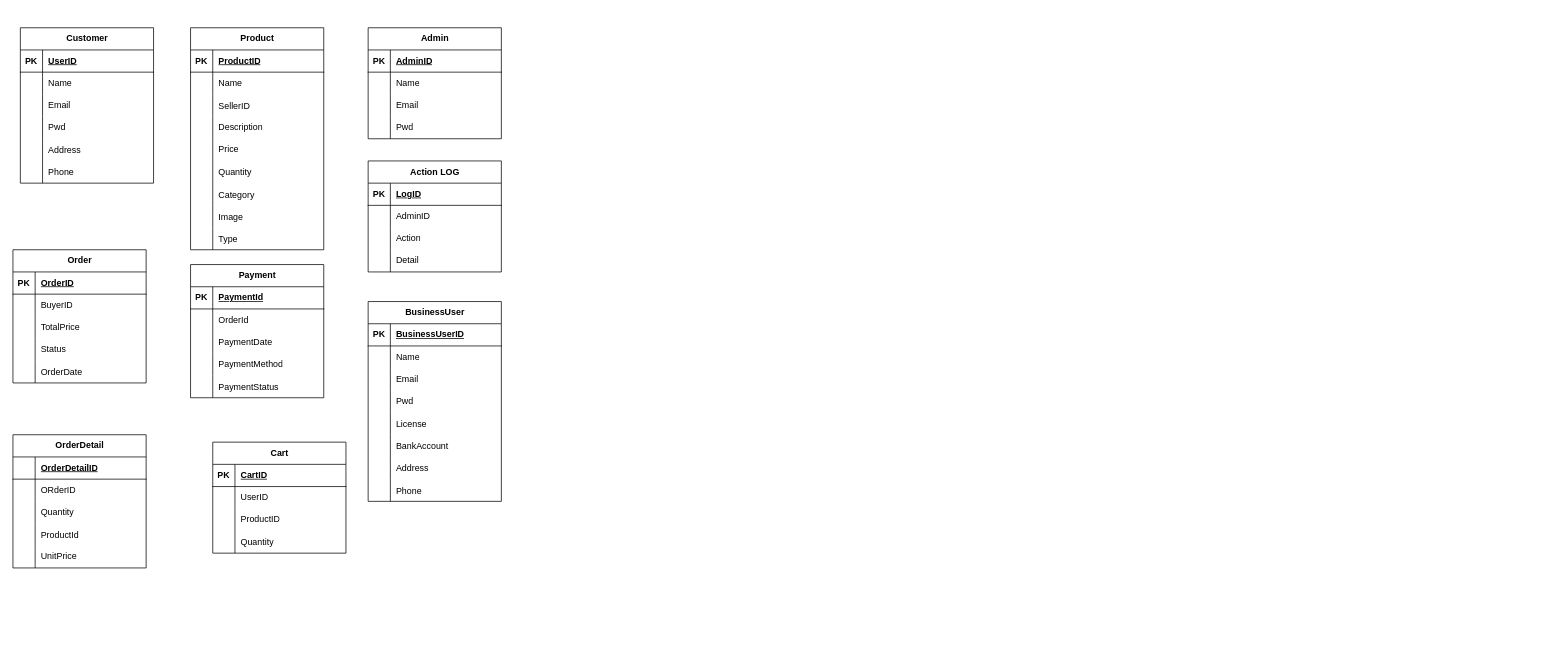
JDanmuji/nerdia-diagram keeps this draw.io diagram as shopping/쇼핑.drawio. Above is the earlier version. Source tidied: cells renumbered, new cells numbered last; positions are measured from the earlier drawing's top-left corner, leaving out a move shared by most shapes. Both pictures are drawn from the tidied source at 74%, with x=0, y=0 at pixel (13, 27).
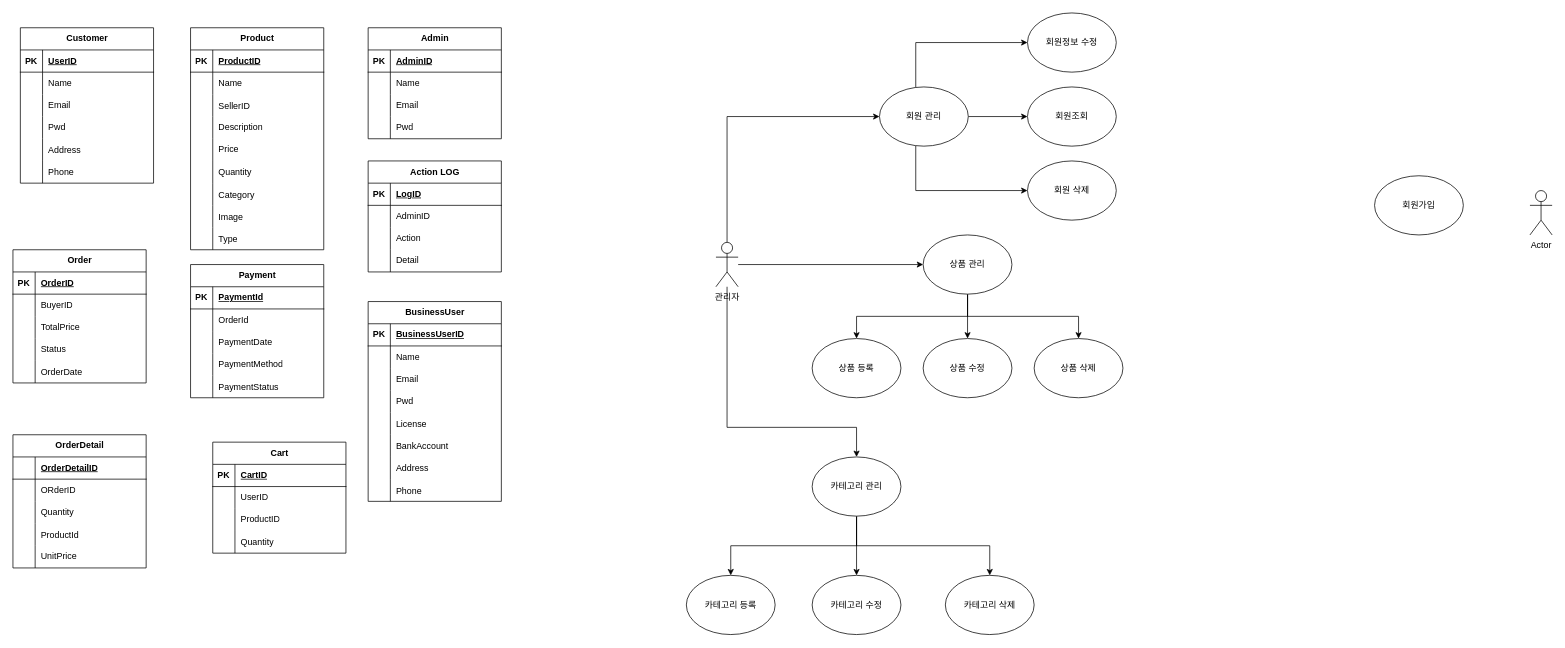
The same diagram, later.

What changed in the source:
```diff
@@
+    <mxCell id="161" style="edgeStyle=orthogonalEdgeStyle;rounded=0;jettySize=auto;html=1;entryX=0;entryY=0.5;entryDx=0;entryDy=0;" parent="1" edge="1" source="164" target="168">
+      <mxGeometry relative="1" as="geometry" />
+    </mxCell>
+    <mxCell id="162" style="edgeStyle=orthogonalEdgeStyle;rounded=0;jettySize=auto;html=1;entryX=0.5;entryY=0;entryDx=0;entryDy=0;" parent="1" edge="1" source="164" target="175">
+      <mxGeometry relative="1" as="geometry">
+        <Array as="points">
+          <mxPoint x="965" y="540" />
+          <mxPoint x="1140" y="540" />
+        </Array>
+      </mxGeometry>
+    </mxCell>
+    <mxCell id="163" style="edgeStyle=orthogonalEdgeStyle;rounded=0;jettySize=auto;html=1;entryX=0;entryY=0.5;entryDx=0;entryDy=0;" parent="1" edge="1" source="164" target="184">
+      <mxGeometry relative="1" as="geometry">
+        <Array as="points">
+          <mxPoint x="965" y="120" />
+        </Array>
+      </mxGeometry>
+    </mxCell>
+    <mxCell id="164" value="관리자" style="shape=umlActor;verticalLabelPosition=bottom;verticalAlign=top;html=1;outlineConnect=0;" parent="1" vertex="1">
+      <mxGeometry x="950" y="290" width="30" height="60" as="geometry" />
+    </mxCell>
+    <mxCell id="165" style="edgeStyle=orthogonalEdgeStyle;rounded=0;jettySize=auto;html=1;entryX=0.5;entryY=0;entryDx=0;entryDy=0;" parent="1" edge="1" source="168" target="170">
+      <mxGeometry relative="1" as="geometry" />
+    </mxCell>
+    <mxCell id="166" style="edgeStyle=orthogonalEdgeStyle;rounded=0;jettySize=auto;html=1;entryX=0.5;entryY=0;entryDx=0;entryDy=0;" parent="1" edge="1" source="168" target="169">
+      <mxGeometry relative="1" as="geometry">
+        <Array as="points">
+          <mxPoint x="1290" y="390" />
+          <mxPoint x="1140" y="390" />
+        </Array>
+      </mxGeometry>
+    </mxCell>
+    <mxCell id="167" style="edgeStyle=orthogonalEdgeStyle;rounded=0;jettySize=auto;html=1;entryX=0.5;entryY=0;entryDx=0;entryDy=0;" parent="1" edge="1" source="168" target="171">
+      <mxGeometry relative="1" as="geometry">
+        <Array as="points">
+          <mxPoint x="1290" y="390" />
+          <mxPoint x="1440" y="390" />
+        </Array>
+      </mxGeometry>
+    </mxCell>
+    <mxCell id="168" value="상품 관리" style="ellipse;whiteSpace=wrap;html=1;" parent="1" vertex="1">
+      <mxGeometry x="1230" y="280" width="120" height="80" as="geometry" />
+    </mxCell>
+    <mxCell id="169" value="상품 등록" style="ellipse;whiteSpace=wrap;html=1;" parent="1" vertex="1">
+      <mxGeometry x="1080" y="420" width="120" height="80" as="geometry" />
+    </mxCell>
+    <mxCell id="170" value="상품 수정" style="ellipse;whiteSpace=wrap;html=1;" parent="1" vertex="1">
+      <mxGeometry x="1230" y="420" width="120" height="80" as="geometry" />
+    </mxCell>
+    <mxCell id="171" value="상품 삭제" style="ellipse;whiteSpace=wrap;html=1;" parent="1" vertex="1">
+      <mxGeometry x="1380" y="420" width="120" height="80" as="geometry" />
+    </mxCell>
+    <mxCell id="172" style="edgeStyle=orthogonalEdgeStyle;rounded=0;jettySize=auto;html=1;" parent="1" edge="1" source="175" target="176">
+      <mxGeometry relative="1" as="geometry" />
+    </mxCell>
+    <mxCell id="173" style="edgeStyle=orthogonalEdgeStyle;rounded=0;jettySize=auto;html=1;" parent="1" edge="1" source="175" target="177">
+      <mxGeometry relative="1" as="geometry">
+        <Array as="points">
+          <mxPoint x="1140" y="700" />
+          <mxPoint x="1320" y="700" />
+        </Array>
+      </mxGeometry>
+    </mxCell>
+    <mxCell id="174" style="edgeStyle=orthogonalEdgeStyle;rounded=0;jettySize=auto;html=1;" parent="1" edge="1" source="175" target="178">
+      <mxGeometry relative="1" as="geometry">
+        <Array as="points">
+          <mxPoint x="1140" y="700" />
+          <mxPoint x="970" y="700" />
+        </Array>
+      </mxGeometry>
+    </mxCell>
+    <mxCell id="175" value="카테고리 관리" style="ellipse;whiteSpace=wrap;html=1;" parent="1" vertex="1">
+      <mxGeometry x="1080" y="580" width="120" height="80" as="geometry" />
+    </mxCell>
+    <mxCell id="176" value="카테고리 수정" style="ellipse;whiteSpace=wrap;html=1;" parent="1" vertex="1">
+      <mxGeometry x="1080" y="740" width="120" height="80" as="geometry" />
+    </mxCell>
+    <mxCell id="177" value="카테고리 삭제" style="ellipse;whiteSpace=wrap;html=1;" parent="1" vertex="1">
+      <mxGeometry x="1260" y="740" width="120" height="80" as="geometry" />
+    </mxCell>
+    <mxCell id="178" value="카테고리 등록" style="ellipse;whiteSpace=wrap;html=1;" parent="1" vertex="1">
+      <mxGeometry x="910" y="740" width="120" height="80" as="geometry" />
+    </mxCell>
+    <mxCell id="179" value="Actor" style="shape=umlActor;verticalLabelPosition=bottom;verticalAlign=top;html=1;" parent="1" vertex="1">
+      <mxGeometry x="2050" y="220" width="30" height="60" as="geometry" />
+    </mxCell>
+    <mxCell id="180" value="회원가입" style="ellipse;whiteSpace=wrap;html=1;" parent="1" vertex="1">
+      <mxGeometry x="1840" y="200" width="120" height="80" as="geometry" />
+    </mxCell>
+    <mxCell id="181" style="edgeStyle=orthogonalEdgeStyle;rounded=0;jettySize=auto;html=1;" parent="1" edge="1" source="184" target="185">
+      <mxGeometry relative="1" as="geometry" />
+    </mxCell>
+    <mxCell id="182" style="edgeStyle=orthogonalEdgeStyle;rounded=0;jettySize=auto;html=1;entryX=0;entryY=0.5;entryDx=0;entryDy=0;" parent="1" edge="1" source="184" target="187">
+      <mxGeometry relative="1" as="geometry">
+        <Array as="points">
+          <mxPoint x="1220" y="220" />
+        </Array>
+      </mxGeometry>
+    </mxCell>
+    <mxCell id="183" style="edgeStyle=orthogonalEdgeStyle;rounded=0;jettySize=auto;html=1;entryX=0;entryY=0.5;entryDx=0;entryDy=0;" parent="1" edge="1" source="184" target="186">
+      <mxGeometry relative="1" as="geometry">
+        <Array as="points">
+          <mxPoint x="1220" y="20" />
+        </Array>
+      </mxGeometry>
+    </mxCell>
+    <mxCell id="184" value="회원 관리" style="ellipse;whiteSpace=wrap;html=1;" parent="1" vertex="1">
+      <mxGeometry x="1171" y="80" width="120" height="80" as="geometry" />
+    </mxCell>
+    <mxCell id="185" value="회원조회" style="ellipse;whiteSpace=wrap;html=1;" parent="1" vertex="1">
+      <mxGeometry x="1371" y="80" width="120" height="80" as="geometry" />
+    </mxCell>
+    <mxCell id="186" value="회원정보 수정" style="ellipse;whiteSpace=wrap;html=1;" parent="1" vertex="1">
+      <mxGeometry x="1371" y="-20" width="120" height="80" as="geometry" />
+    </mxCell>
+    <mxCell id="187" value="회원 삭제" style="ellipse;whiteSpace=wrap;html=1;" parent="1" vertex="1">
+      <mxGeometry x="1371" y="180" width="120" height="80" as="geometry" />
+    </mxCell>
```
